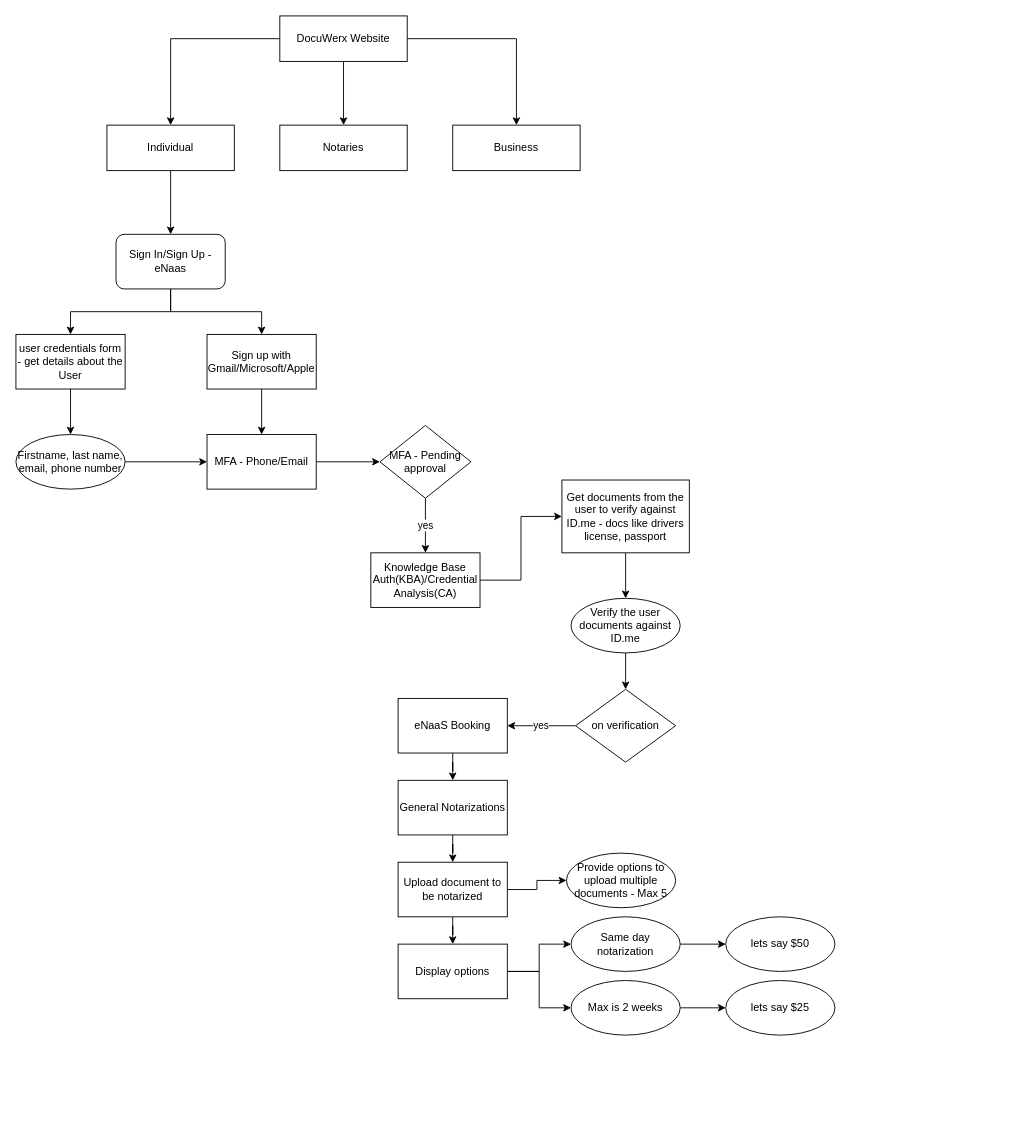
This is page "General Flow" (1 of 3) of DocuWerx-Flows.drawio from coolsharepoint/Test, a draw.io file, before an edit. Source tidied: cells renumbered, new cells numbered last; positions are measured from the earlier drawing's top-left corner, leaving out a move shared by most shapes. Both pictures are drawn from the tidied source at 91%, with x=0, y=0 at pixel (15, 15).
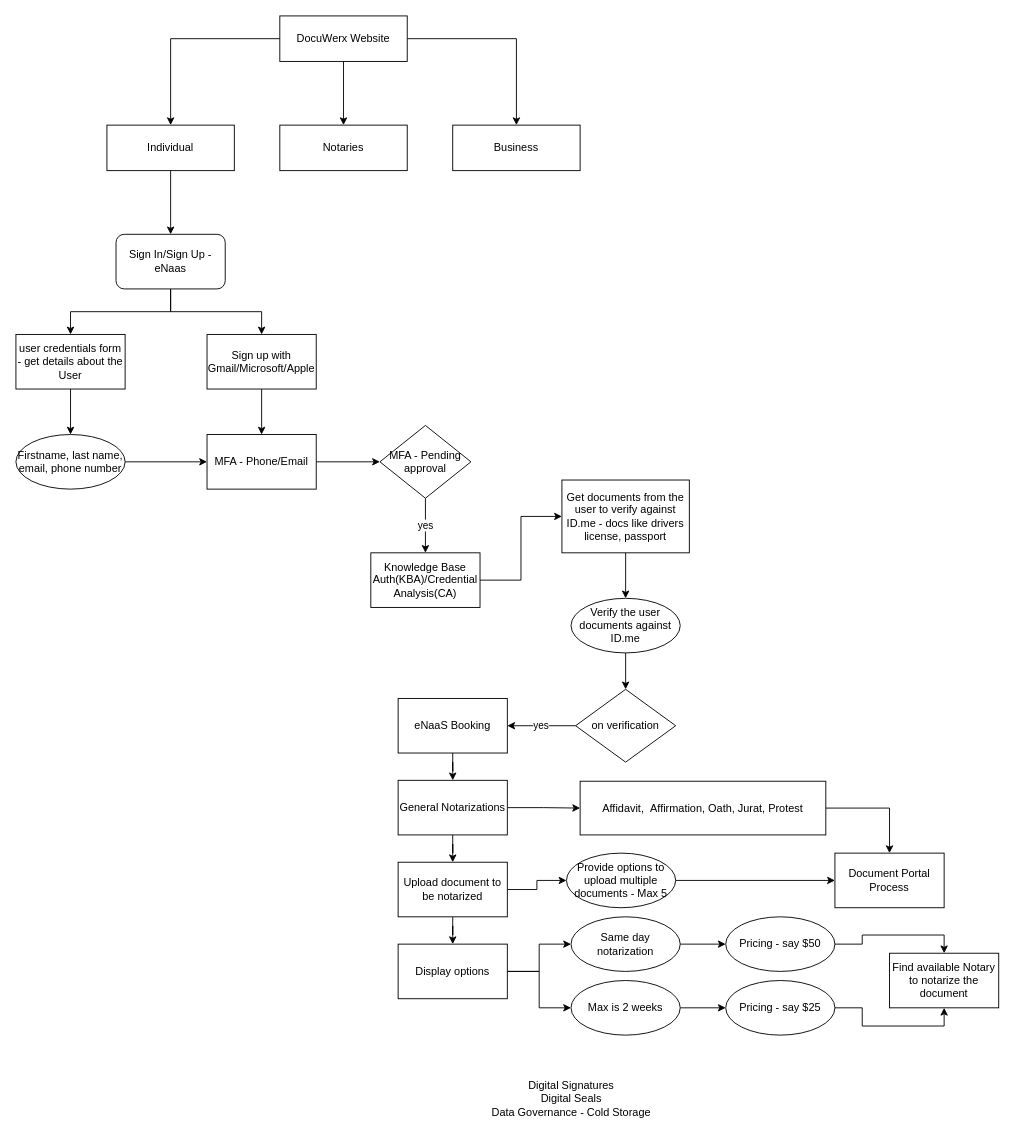
Above is the later version.

The change refers to these unchanged cells:
```xml
<mxCell id="34" value="General Notarizations" style="whiteSpace=wrap;html=1;rounded=0;" parent="1" vertex="1">
  <mxGeometry x="420" y="840" width="120" height="60" as="geometry" />
</mxCell>
<mxCell id="41" value="Provide options to upload multiple documents - Max 5" style="ellipse;whiteSpace=wrap;html=1;rounded=0;" parent="1" vertex="1">
  <mxGeometry x="605" y="920" width="120" height="60" as="geometry" />
</mxCell>
```

The edit, as a diff of the source:
```diff
@@
+    <mxCell id="48" style="edgeStyle=orthogonalEdgeStyle;rounded=0;jettySize=auto;html=1;" parent="1" edge="1" source="34" target="54">
+      <mxGeometry relative="1" as="geometry" />
+    </mxCell>
@@
+    <mxCell id="49" style="edgeStyle=orthogonalEdgeStyle;rounded=0;jettySize=auto;html=1;entryX=0;entryY=0.5;entryDx=0;entryDy=0;" parent="1" edge="1" source="41" target="56">
+      <mxGeometry relative="1" as="geometry" />
+    </mxCell>
@@
+    <mxCell id="50" style="edgeStyle=orthogonalEdgeStyle;rounded=0;jettySize=auto;html=1;entryX=0.5;entryY=0;entryDx=0;entryDy=0;" parent="1" edge="1" source="46" target="52">
+      <mxGeometry relative="1" as="geometry" />
+    </mxCell>
-    <mxCell id="46" value="lets say $50" style="ellipse;whiteSpace=wrap;html=1;rounded=0;" parent="1" vertex="1">
+    <mxCell id="46" value="Pricing - say $50" style="ellipse;whiteSpace=wrap;html=1;rounded=0;" parent="1" vertex="1">
       <mxGeometry x="780" y="990" width="120" height="60" as="geometry" />
     </mxCell>
+    <mxCell id="51" style="edgeStyle=orthogonalEdgeStyle;rounded=0;jettySize=auto;html=1;entryX=0.5;entryY=1;entryDx=0;entryDy=0;" parent="1" edge="1" source="47" target="52">
+      <mxGeometry relative="1" as="geometry" />
+    </mxCell>
-    <mxCell id="47" value="lets say $25" style="ellipse;whiteSpace=wrap;html=1;rounded=0;" parent="1" vertex="1">
+    <mxCell id="47" value="Pricing - say $25" style="ellipse;whiteSpace=wrap;html=1;rounded=0;" parent="1" vertex="1">
       <mxGeometry x="780" y="1060" width="120" height="60" as="geometry" />
     </mxCell>
+    <mxCell id="52" value="Find available Notary to notarize the document" style="whiteSpace=wrap;html=1;rounded=0;" parent="1" vertex="1">
+      <mxGeometry x="960" y="1030" width="120" height="60" as="geometry" />
+    </mxCell>
+    <mxCell id="53" style="edgeStyle=orthogonalEdgeStyle;rounded=0;jettySize=auto;html=1;" parent="1" edge="1" source="54" target="56">
+      <mxGeometry relative="1" as="geometry" />
+    </mxCell>
+    <mxCell id="54" value="&lt;div&gt;Affidavit,&amp;nbsp;&amp;nbsp;&lt;span style=&quot;background-color: initial;&quot;&gt;Affirmation,&amp;nbsp;&lt;/span&gt;&lt;span style=&quot;background-color: initial;&quot;&gt;Oath,&amp;nbsp;&lt;/span&gt;&lt;span style=&quot;background-color: initial;&quot;&gt;Jurat,&amp;nbsp;&lt;/span&gt;&lt;span style=&quot;background-color: initial;&quot;&gt;Protest&lt;/span&gt;&lt;/div&gt;" style="whiteSpace=wrap;html=1;rounded=0;" parent="1" vertex="1">
+      <mxGeometry x="620" y="841" width="270" height="59" as="geometry" />
+    </mxCell>
+    <mxCell id="55" value="Digital Signatures&lt;br&gt;Digital Seals&lt;br&gt;Data Governance - Cold Storage&lt;br&gt;" style="text;html=1;align=center;verticalAlign=middle;strokeColor=none;fillColor=none;" parent="1" vertex="1">
+      <mxGeometry x="510" y="1160" width="200" height="60" as="geometry" />
+    </mxCell>
+    <mxCell id="56" value="Document Portal Process" style="whiteSpace=wrap;html=1;rounded=0;" parent="1" vertex="1">
+      <mxGeometry x="900" y="920" width="120" height="60" as="geometry" />
+    </mxCell>
```
